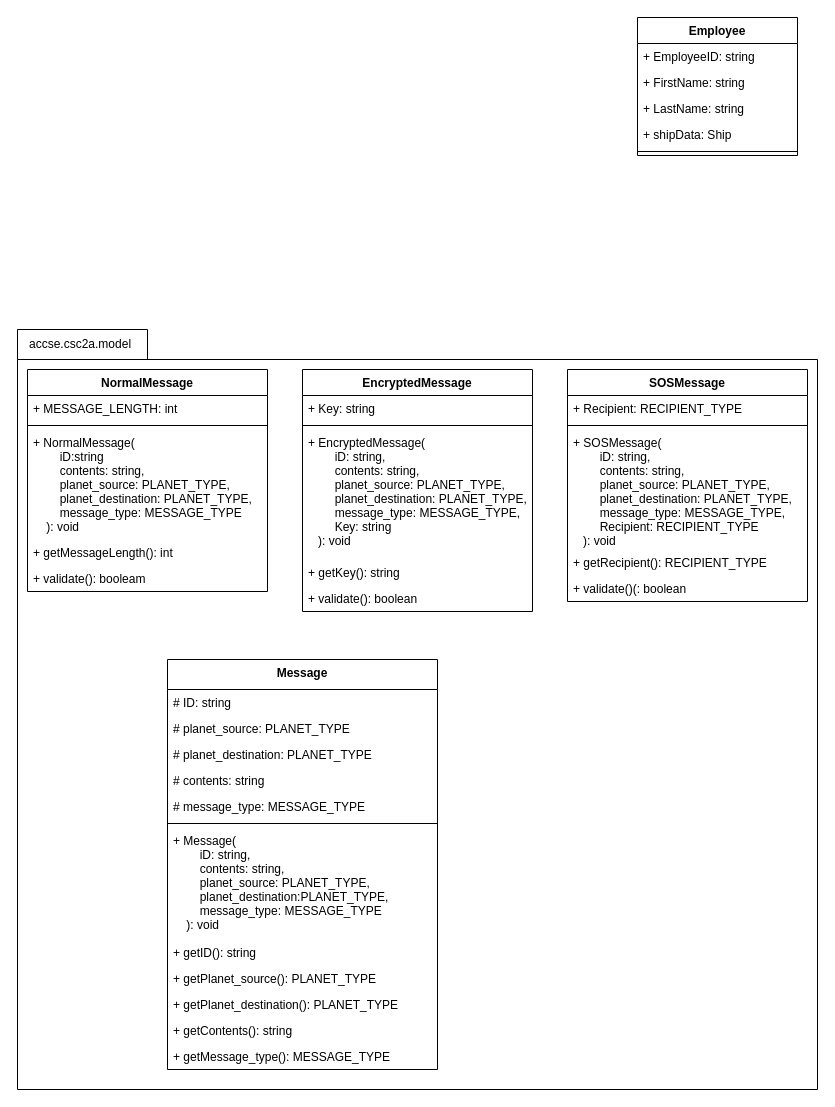
This is docs/UML.drawio from ThaBeanBoy/UJ_CSC2A_P04, a draw.io file, before an edit. Source tidied: cells renumbered, new cells numbered last; positions are measured from the earlier drawing's top-left corner, leaving out a move shared by most shapes. Both pictures are drawn from the tidied source at 100%, with x=0, y=0 at pixel (17, 17).
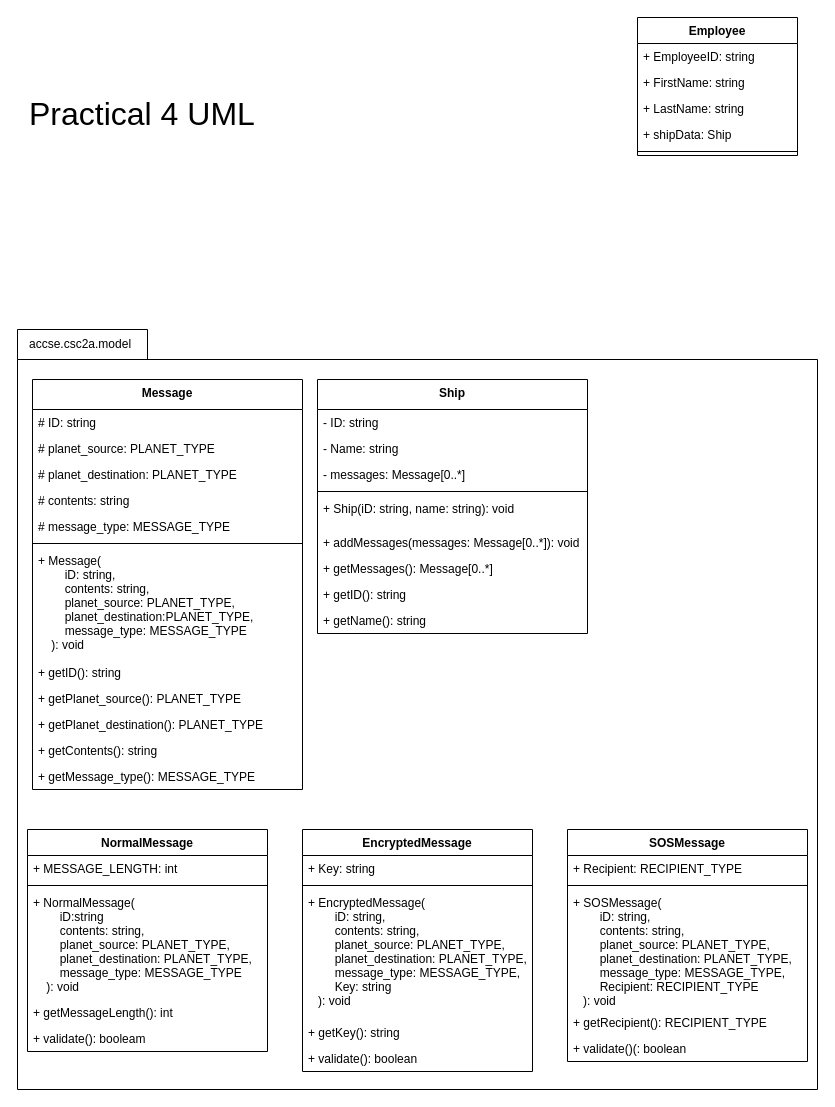
The same page after the edit.

Commit message:
Finished the Ship UML

Change to the diagram source:
```diff
@@
     <mxCell id="3" value="SOSMessage" style="swimlane;fontStyle=1;align=center;verticalAlign=top;horizontal=1;startSize=26;" parent="1" vertex="1">
-      <mxGeometry x="550" y="352" width="240" height="232" as="geometry" />
+      <mxGeometry x="550" y="812" width="240" height="232" as="geometry" />
     </mxCell>
@@
     <mxCell id="9" value="EncryptedMessage" style="swimlane;fontStyle=1;align=center;verticalAlign=top;horizontal=1;startSize=26;" parent="1" vertex="1">
-      <mxGeometry x="285" y="352" width="230" height="242" as="geometry" />
+      <mxGeometry x="285" y="812" width="230" height="242" as="geometry" />
     </mxCell>
@@
     <mxCell id="15" value="NormalMessage" style="swimlane;fontStyle=1;align=center;verticalAlign=top;horizontal=1;startSize=26;" parent="1" vertex="1">
-      <mxGeometry x="10" y="352" width="240" height="222" as="geometry" />
+      <mxGeometry x="10" y="812" width="240" height="222" as="geometry" />
     </mxCell>
@@
     <mxCell id="28" value="Message" style="swimlane;fontStyle=1;align=center;verticalAlign=top;horizontal=1;startSize=30;" parent="1" vertex="1">
-      <mxGeometry x="150" y="642" width="270" height="410" as="geometry" />
+      <mxGeometry x="15" y="362" width="270" height="410" as="geometry" />
     </mxCell>
@@
+    <mxCell id="41" value="Ship" style="swimlane;fontStyle=1;align=center;verticalAlign=top;horizontal=1;startSize=30;" parent="1" vertex="1">
+      <mxGeometry x="300" y="362" width="270" height="254" as="geometry" />
+    </mxCell>
+    <mxCell id="42" value="- ID: string" style="text;strokeColor=none;fillColor=none;align=left;verticalAlign=top;spacingLeft=4;spacingRight=4;overflow=hidden;" parent="41" vertex="1">
+      <mxGeometry y="30" width="270" height="26" as="geometry" />
+    </mxCell>
+    <mxCell id="43" value="- Name: string" style="text;strokeColor=none;fillColor=none;align=left;verticalAlign=top;spacingLeft=4;spacingRight=4;overflow=hidden;" parent="41" vertex="1">
+      <mxGeometry y="56" width="270" height="26" as="geometry" />
+    </mxCell>
+    <mxCell id="44" value="- messages: Message[0..*]" style="text;strokeColor=none;fillColor=none;align=left;verticalAlign=top;spacingLeft=4;spacingRight=4;overflow=hidden;" parent="41" vertex="1">
+      <mxGeometry y="82" width="270" height="26" as="geometry" />
+    </mxCell>
+    <mxCell id="45" style="line;strokeWidth=1;fillColor=none;align=left;verticalAlign=middle;spacingTop=-1;spacingLeft=3;spacingRight=3;labelPosition=right;strokeColor=inherit;" parent="41" vertex="1">
+      <mxGeometry y="108" width="270" height="8" as="geometry" />
+    </mxCell>
+    <mxCell id="46" value="+ Ship(iD: string, name: string): void" style="text;strokeColor=none;fillColor=none;align=left;verticalAlign=top;spacingLeft=4;spacingRight=4;overflow=hidden;" parent="41" vertex="1">
+      <mxGeometry y="116" width="270" height="34" as="geometry" />
+    </mxCell>
+    <mxCell id="47" value="+ addMessages(messages: Message[0..*]): void" style="text;strokeColor=none;fillColor=none;align=left;verticalAlign=top;spacingLeft=4;spacingRight=4;overflow=hidden;" parent="41" vertex="1">
+      <mxGeometry y="150" width="270" height="26" as="geometry" />
+    </mxCell>
+    <mxCell id="48" value="+ getMessages(): Message[0..*]" style="text;strokeColor=none;fillColor=none;align=left;verticalAlign=top;spacingLeft=4;spacingRight=4;overflow=hidden;" parent="41" vertex="1">
+      <mxGeometry y="176" width="270" height="26" as="geometry" />
+    </mxCell>
+    <mxCell id="49" value="+ getID(): string" style="text;strokeColor=none;fillColor=none;align=left;verticalAlign=top;spacingLeft=4;spacingRight=4;overflow=hidden;" parent="41" vertex="1">
+      <mxGeometry y="202" width="270" height="26" as="geometry" />
+    </mxCell>
+    <mxCell id="50" value="+ getName(): string" style="text;strokeColor=none;fillColor=none;align=left;verticalAlign=top;spacingLeft=4;spacingRight=4;overflow=hidden;" parent="41" vertex="1">
+      <mxGeometry y="228" width="270" height="26" as="geometry" />
+    </mxCell>
+    <mxCell id="51" value="Practical 4 UML" style="text;html=1;strokeColor=none;fillColor=none;align=left;verticalAlign=middle;whiteSpace=wrap;rounded=0;fontSize=32;" parent="1" vertex="1">
+      <mxGeometry x="10" y="82" width="230" height="30" as="geometry" />
+    </mxCell>
```
